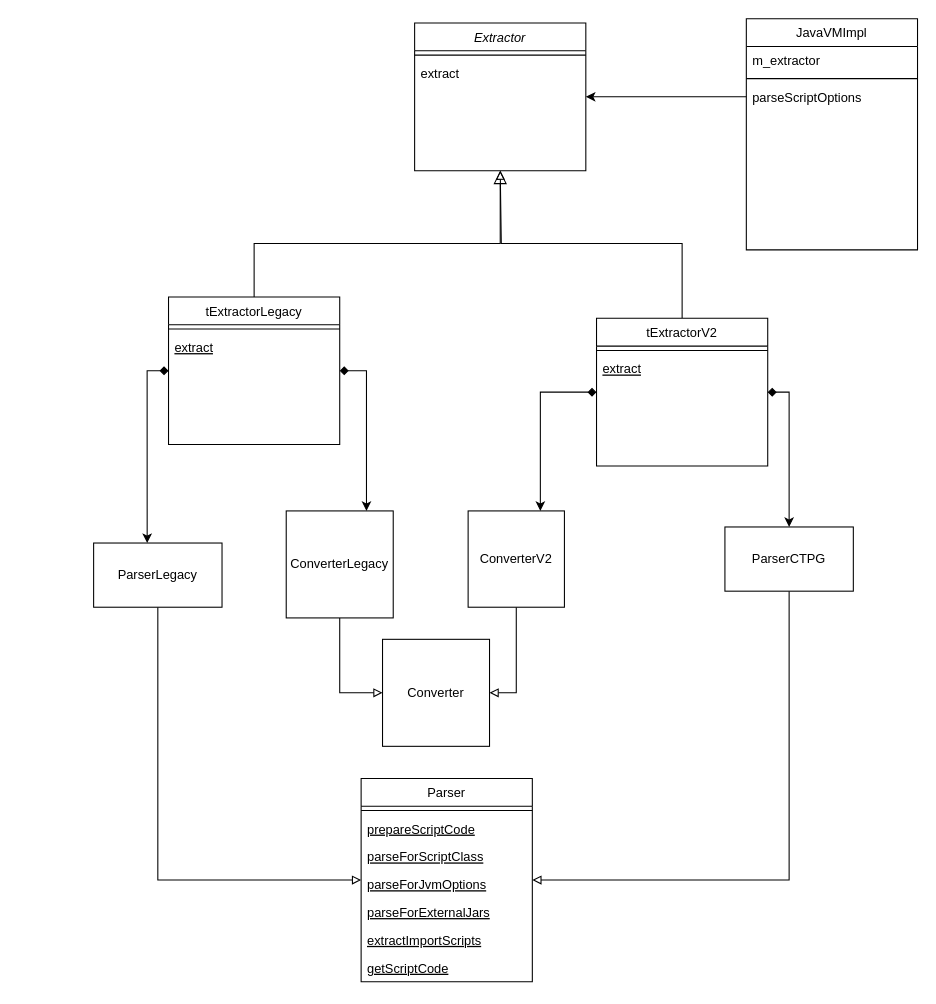
exasol/script-languages keeps this draw.io diagram as exaudfclient/docs/java_script_options_parser.drawio. Above is the earlier version. Source tidied: cells renumbered, new cells numbered last; positions are measured from the earlier drawing's top-left corner, leaving out a move shared by most shapes. Both pictures are drawn from the tidied source at 107%, with x=0, y=0 at pixel (93, 18).
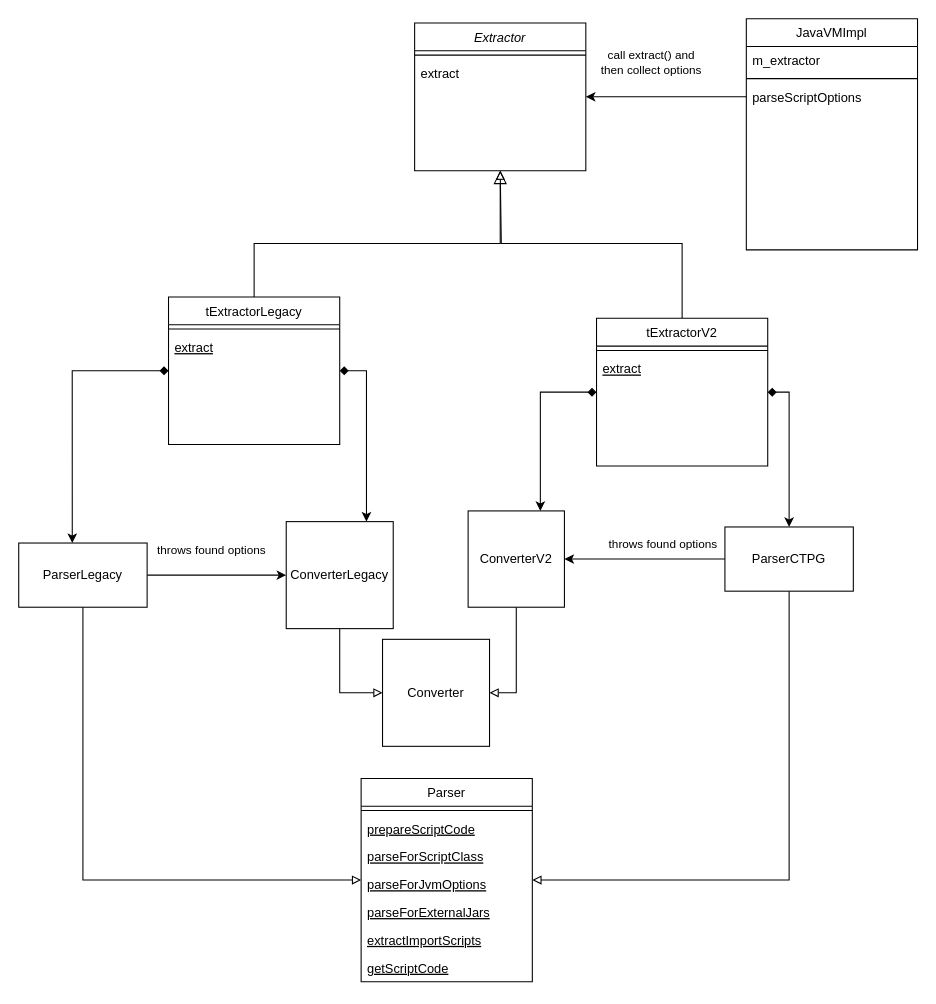
The same page after the edit.

The change refers to these unchanged cells:
```xml
<mxCell id="17" value="ParserCTPG" style="rounded=0;whiteSpace=wrap;html=1;" parent="1" vertex="1">
  <mxGeometry x="590" y="475" width="120" height="60" as="geometry" />
</mxCell>
<mxCell id="21" value="ConverterV2" style="whiteSpace=wrap;html=1;" parent="1" vertex="1">
  <mxGeometry x="350" y="460" width="90" height="90" as="geometry" />
</mxCell>
<mxCell id="29" style="edgeStyle=orthogonalEdgeStyle;rounded=0;jettySize=auto;html=1;exitX=0;exitY=0.5;exitDx=0;exitDy=0;entryX=1;entryY=0.5;entryDx=0;entryDy=0;" parent="1" edge="1" source="13" target="2">
  <mxGeometry relative="1" as="geometry" />
</mxCell>
```

What changed in the source:
```diff
@@
+    <mxCell id="39" style="edgeStyle=orthogonalEdgeStyle;rounded=0;jettySize=auto;html=1;exitX=1;exitY=0.5;exitDx=0;exitDy=0;entryX=0;entryY=0.5;entryDx=0;entryDy=0;" parent="1" edge="1" source="15" target="19">
+      <mxGeometry relative="1" as="geometry" />
+    </mxCell>
+    <mxCell id="40" value="throws found options" style="edgeLabel;html=1;align=center;verticalAlign=middle;" parent="39" vertex="1">
+      <mxGeometry y="-1" relative="1" as="geometry">
+        <mxPoint x="-6" y="-25" as="offset" />
+      </mxGeometry>
+    </mxCell>
     <mxCell id="15" value="ParserLegacy" style="rounded=0;whiteSpace=wrap;html=1;" parent="1" vertex="1">
-      <mxGeometry y="490" width="120" height="60" as="geometry" />
+      <mxGeometry x="-70" y="490" width="120" height="60" as="geometry" />
     </mxCell>
@@
     <mxCell id="19" value="ConverterLegacy" style="whiteSpace=wrap;html=1;" parent="1" vertex="1">
-      <mxGeometry x="180" y="460" width="100" height="100" as="geometry" />
+      <mxGeometry x="180" y="470" width="100" height="100" as="geometry" />
     </mxCell>
@@
+    <mxCell id="41" value="call extract() and &lt;br&gt;then collect options" style="edgeLabel;html=1;align=center;verticalAlign=middle;" parent="29" vertex="1">
+      <mxGeometry x="0.15" y="-2" relative="1" as="geometry">
+        <mxPoint x="-4" y="-31" as="offset" />
+      </mxGeometry>
+    </mxCell>
@@
+    <mxCell id="42" style="edgeStyle=orthogonalEdgeStyle;rounded=0;jettySize=auto;html=1;exitX=0;exitY=0.5;exitDx=0;exitDy=0;entryX=1;entryY=0.5;entryDx=0;entryDy=0;" parent="1" edge="1" source="17" target="21">
+      <mxGeometry relative="1" as="geometry" />
+    </mxCell>
+    <mxCell id="43" value="throws found options" style="edgeLabel;html=1;align=center;verticalAlign=middle;" parent="42" vertex="1">
+      <mxGeometry x="-0.21" y="2" relative="1" as="geometry">
+        <mxPoint y="-17" as="offset" />
+      </mxGeometry>
+    </mxCell>
```
